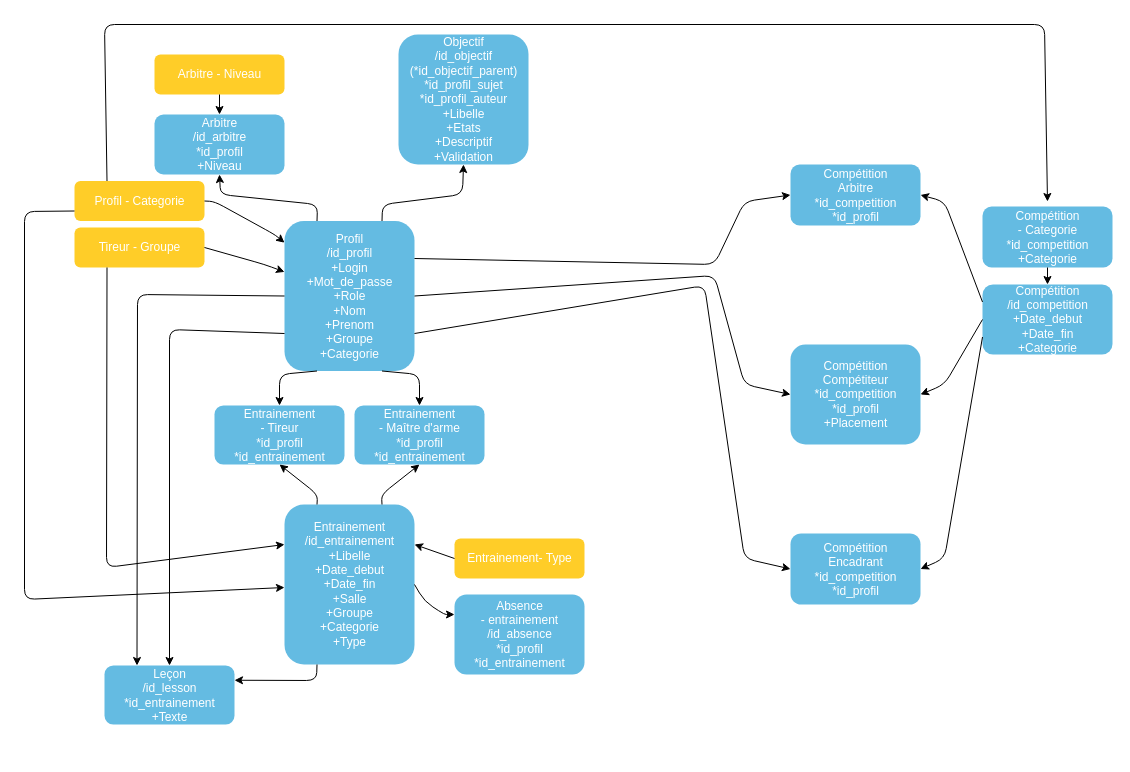
The draw.io diagram CEACEMVS.drawio in Letonade/Hitema-M1x2-OneWeek-2018-2019, before the edit. Source tidied: cells renumbered, new cells numbered last; positions are measured from the earlier drawing's top-left corner, leaving out a move shared by most shapes. Both pictures are drawn from the tidied source at 100%, with x=0, y=0 at pixel (24, 24).
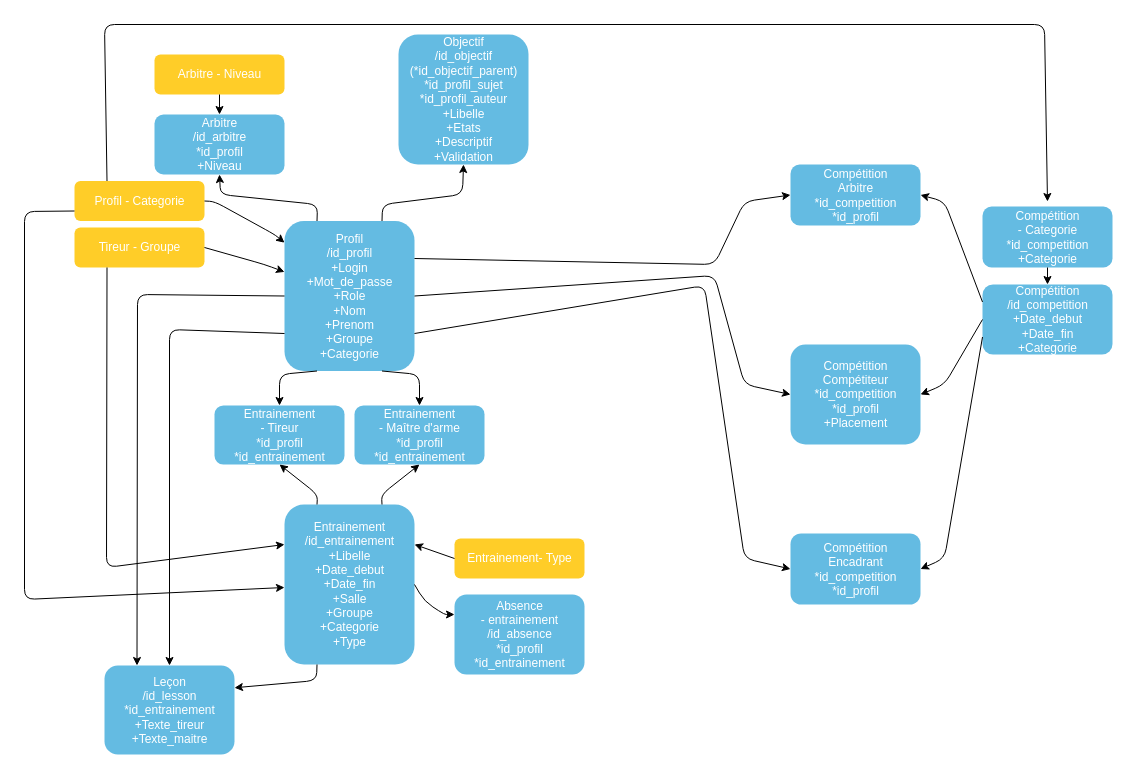
The same diagram, later.

Commit message (it also covers changes not shown here):
Diagram BDD V1.3

Change to the diagram source:
```diff
@@
-    <mxCell id="3" value="&lt;div&gt;Leçon&lt;/div&gt;&lt;div&gt;/id_lesson&lt;/div&gt;&lt;div&gt;*id_entrainement&lt;/div&gt;&lt;div&gt;+Texte&lt;/div&gt;" style="rounded=1;fillColor=#64BBE2;strokeColor=none;strokeWidth=3;shadow=0;html=1;fontColor=#FFFFFF;" parent="1" vertex="1">
-      <mxGeometry x="80" y="641" width="130" height="59" as="geometry" />
+    <mxCell id="3" value="&lt;div&gt;Leçon&lt;/div&gt;&lt;div&gt;/id_lesson&lt;/div&gt;&lt;div&gt;*id_entrainement&lt;/div&gt;&lt;div&gt;+Texte_tireur&lt;/div&gt;&lt;div&gt;+Texte_maitre&lt;br&gt;&lt;/div&gt;" style="rounded=1;fillColor=#64BBE2;strokeColor=none;strokeWidth=3;shadow=0;html=1;fontColor=#FFFFFF;" parent="1" vertex="1">
+      <mxGeometry x="80" y="641" width="130" height="89" as="geometry" />
     </mxCell>
```
